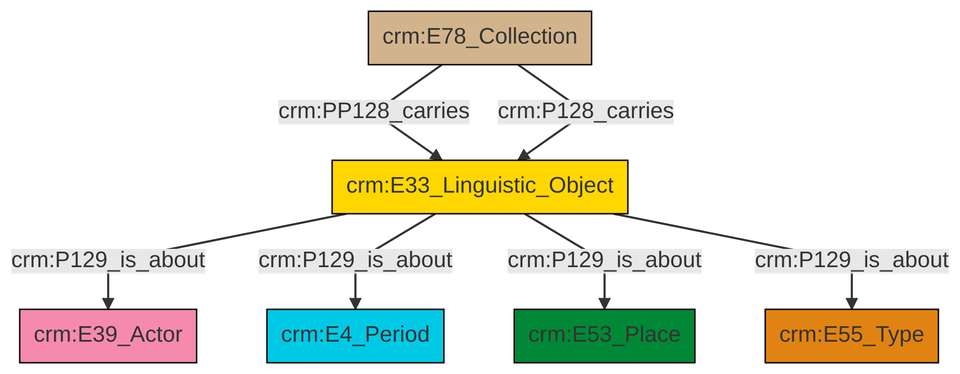
Earlier version of the Mermaid export et/archivalCSV/ttl/mmd/png/archival_aboutness.png (swiss-art-research-net/docs.swissartresearch). Its source is kept beside it as et/archivalCSV/ttl/mmd/archival_aboutness.ttl.mmd.
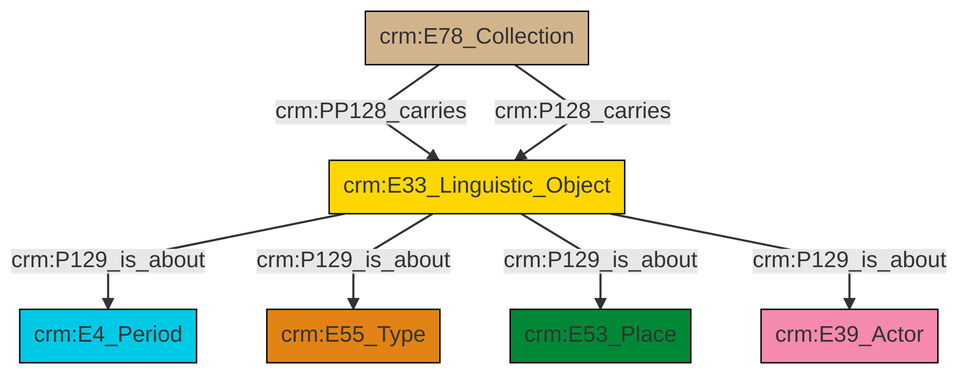
The same file after the commit.

The edit, as a diff of the source:
```diff
@@ -13,9 +13,9 @@
 classDef PC_Classes fill:#4ce600, stroke:#000000;
 classDef Multi fill:#cccccc,stroke:#000000;
 
-2["crm:E78_Collection"]:::Physical_Thing -->|crm:PP128_carries| 3["crm:E33_Linguistic_Object"]:::Conceptual_Object
-3["crm:E33_Linguistic_Object"]:::Conceptual_Object -->|crm:P129_is_about| 4["crm:E39_Actor"]:::Actor
-2["crm:E78_Collection"]:::Physical_Thing -->|crm:P128_carries| 3["crm:E33_Linguistic_Object"]:::Conceptual_Object
-3["crm:E33_Linguistic_Object"]:::Conceptual_Object -->|crm:P129_is_about| 0["crm:E4_Period"]:::Temporal_Entity
-3["crm:E33_Linguistic_Object"]:::Conceptual_Object -->|crm:P129_is_about| 9["crm:E53_Place"]:::Place
-3["crm:E33_Linguistic_Object"]:::Conceptual_Object -->|crm:P129_is_about| 7["crm:E55_Type"]:::Type
+2["crm:E33_Linguistic_Object"]:::Conceptual_Object -->|crm:P129_is_about| 0["crm:E4_Period"]:::Temporal_Entity
+3["crm:E78_Collection"]:::Physical_Thing -->|crm:PP128_carries| 2["crm:E33_Linguistic_Object"]:::Conceptual_Object
+2["crm:E33_Linguistic_Object"]:::Conceptual_Object -->|crm:P129_is_about| 8["crm:E55_Type"]:::Type
+2["crm:E33_Linguistic_Object"]:::Conceptual_Object -->|crm:P129_is_about| 6["crm:E53_Place"]:::Place
+2["crm:E33_Linguistic_Object"]:::Conceptual_Object -->|crm:P129_is_about| 4["crm:E39_Actor"]:::Actor
+3["crm:E78_Collection"]:::Physical_Thing -->|crm:P128_carries| 2["crm:E33_Linguistic_Object"]:::Conceptual_Object
```
